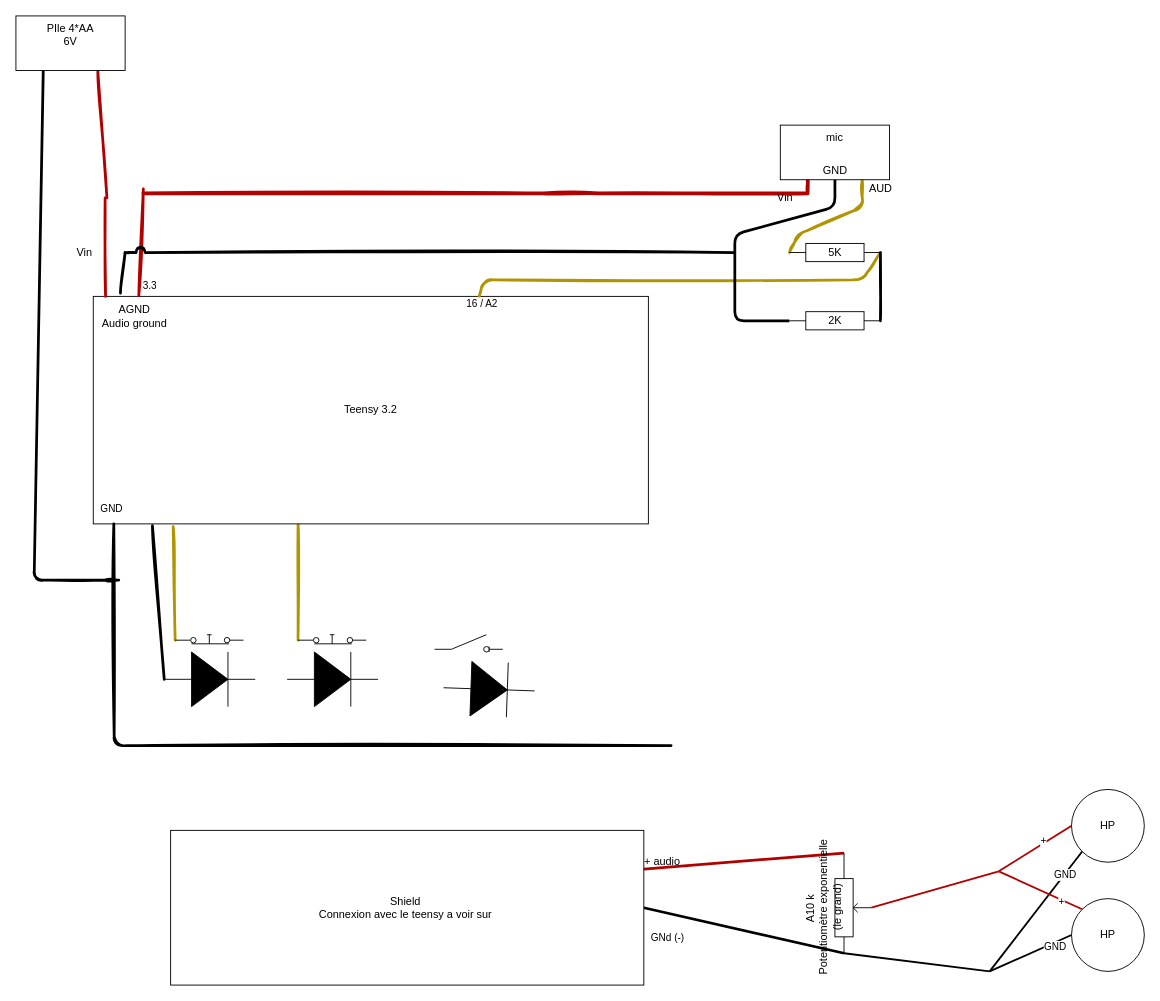
Before: Untitled Diagram.drawio in nicomy/voice_changer, a draw.io diagram. Source tidied: cells renumbered, new cells numbered last; positions are measured from the earlier drawing's top-left corner, leaving out a move shared by most shapes. Both pictures are drawn from the tidied source at 91%, with x=0, y=0 at pixel (15, 15).
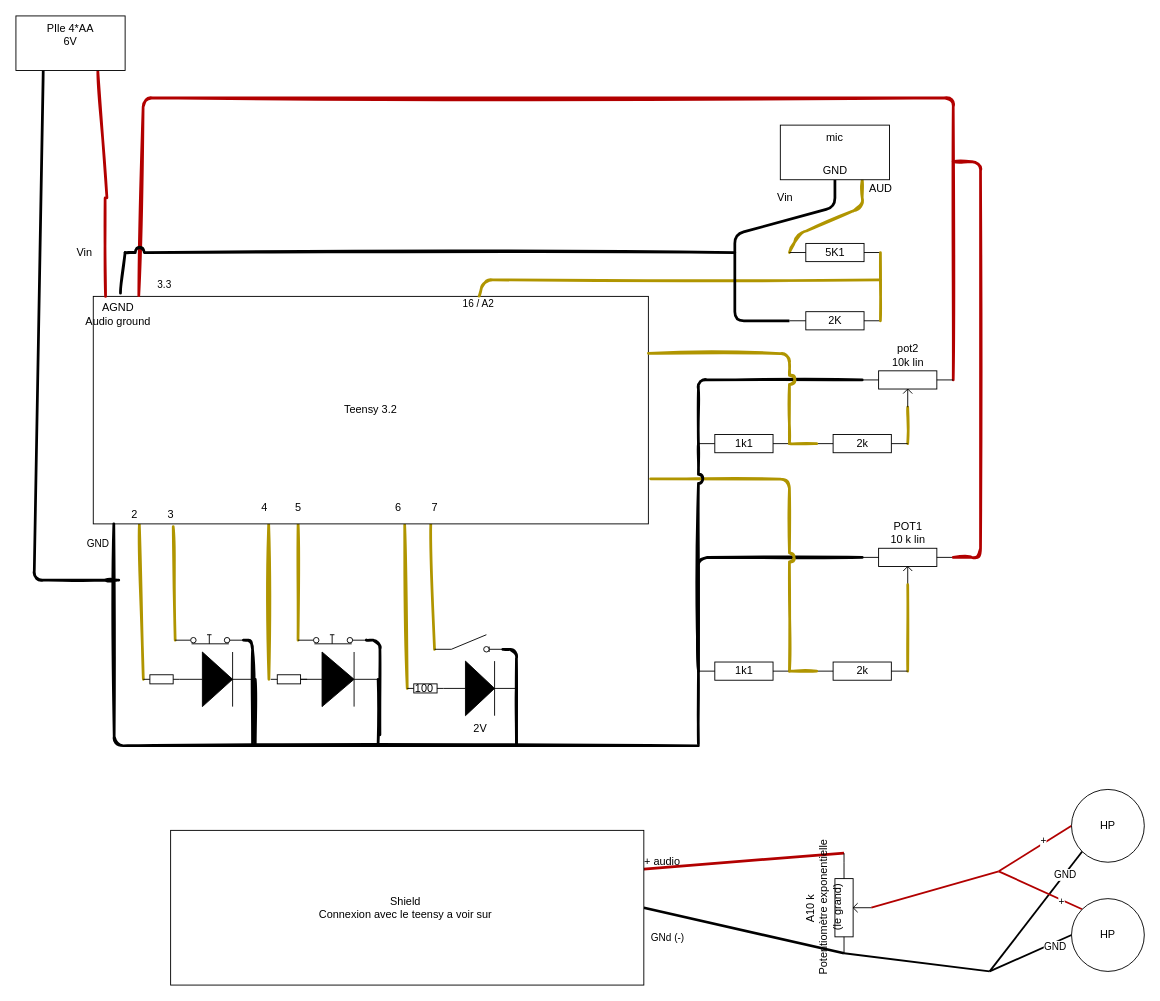
The same diagram, later.

Unchanged cells that the change refers to:
```xml
<mxCell id="5" value="Teensy 3.2" style="rounded=0;whiteSpace=wrap;html=1;" parent="1" vertex="1">
  <mxGeometry x="85" y="308.2" width="610" height="250" as="geometry" />
</mxCell>
<mxCell id="16" value="mic" style="rounded=0;whiteSpace=wrap;html=1;align=center;verticalAlign=top;" parent="1" vertex="1">
  <mxGeometry x="840" y="120" width="120" height="60" as="geometry" />
</mxCell>
<mxCell id="25" style="group;" parent="1" vertex="1">
  <mxGeometry x="850" y="250" width="100" height="95" as="geometry" />
</mxCell>
<mxCell id="27" value="2K" style="verticalLabelPosition=middle;shadow=0;dashed=0;align=center;html=1;verticalAlign=middle;shape=mxgraph.electrical.resistors.resistor_1;labelPosition=center;" parent="25" vertex="1">
  <mxGeometry y="75" width="100" height="20" as="geometry" />
</mxCell>
<mxCell id="33" style="verticalLabelPosition=bottom;shadow=0;dashed=0;align=center;html=1;verticalAlign=top;shape=mxgraph.electrical.electro-mechanical.push_switch_nc;" parent="1" vertex="1">
  <mxGeometry x="175" y="680" width="75" height="10" as="geometry" />
</mxCell>
<mxCell id="34" style="verticalLabelPosition=bottom;shadow=0;dashed=0;align=center;html=1;verticalAlign=top;shape=mxgraph.electrical.electro-mechanical.switch_disconnector;" parent="1" vertex="1">
  <mxGeometry x="460" y="680" width="75" height="19" as="geometry" />
</mxCell>
<mxCell id="35" style="verticalLabelPosition=bottom;shadow=0;dashed=0;align=center;html=1;verticalAlign=top;shape=mxgraph.electrical.electro-mechanical.push_switch_nc;" parent="1" vertex="1">
  <mxGeometry x="310" y="680" width="75" height="10" as="geometry" />
</mxCell>
```

The edit, as a diff of the source:
```diff
@@
-    <mxCell id="4" style="edgeStyle=none;rounded=1;sketch=1;jumpStyle=arc;jettySize=auto;html=1;entryX=0;entryY=0.5;entryDx=0;entryDy=0;entryPerimeter=0;endArrow=none;endFill=0;strokeWidth=3;" parent="1" edge="1" target="36">
+    <mxCell id="4" style="edgeStyle=none;rounded=1;sketch=1;jumpStyle=arc;jettySize=auto;html=1;endArrow=none;endFill=0;strokeWidth=3;fillColor=#e3c800;strokeColor=#B09500;entryX=0;entryY=0.5;entryDx=0;entryDy=0;entryPerimeter=0;exitX=0.083;exitY=1.003;exitDx=0;exitDy=0;exitPerimeter=0;" parent="1" edge="1" source="5" target="70">
       <mxGeometry relative="1" as="geometry">
-        <mxPoint x="150" y="560" as="sourcePoint" />
+        <Array as="points">
+          <mxPoint x="140" y="720" />
+        </Array>
       </mxGeometry>
     </mxCell>
+    <mxCell id="60" style="edgeStyle=none;rounded=1;sketch=1;jumpStyle=arc;jettySize=auto;html=1;exitX=0.316;exitY=0.999;exitDx=0;exitDy=0;endArrow=none;endFill=0;strokeWidth=3;exitPerimeter=0;fillColor=#e3c800;strokeColor=#B09500;" parent="1" edge="1" source="5">
+      <mxGeometry relative="1" as="geometry">
+        <mxPoint x="278" y="729" as="targetPoint" />
+        <Array as="points">
+          <mxPoint x="278" y="720" />
+        </Array>
+      </mxGeometry>
+    </mxCell>
+    <mxCell id="61" style="edgeStyle=none;rounded=1;sketch=1;jumpStyle=arc;jettySize=auto;html=1;exitX=0.608;exitY=0.999;exitDx=0;exitDy=0;entryX=0;entryY=0.845;entryDx=0;entryDy=0;entryPerimeter=0;endArrow=none;endFill=0;strokeWidth=3;exitPerimeter=0;fillColor=#e3c800;strokeColor=#B09500;" parent="1" edge="1" source="5" target="34">
+      <mxGeometry relative="1" as="geometry" />
+    </mxCell>
+    <mxCell id="62" style="edgeStyle=none;rounded=1;sketch=1;jumpStyle=arc;jettySize=auto;html=1;exitX=0.561;exitY=1.004;exitDx=0;exitDy=0;entryX=0;entryY=0.5;entryDx=0;entryDy=0;entryPerimeter=0;endArrow=none;endFill=0;strokeWidth=3;exitPerimeter=0;fillColor=#e3c800;strokeColor=#B09500;" parent="1" edge="1" source="5" target="72">
+      <mxGeometry relative="1" as="geometry" />
+    </mxCell>
@@
-    <mxCell id="6" style="edgeStyle=none;rounded=1;jettySize=auto;html=1;exitX=0.695;exitY=0;exitDx=0;exitDy=0;endArrow=none;endFill=0;sketch=1;jumpStyle=arc;strokeWidth=3;fillColor=#e3c800;strokeColor=#B09500;exitPerimeter=0;entryX=1;entryY=0.5;entryDx=0;entryDy=0;entryPerimeter=0;" parent="1" edge="1" source="5" target="26">
+    <mxCell id="6" style="edgeStyle=none;rounded=1;jettySize=auto;html=1;exitX=0.695;exitY=0;exitDx=0;exitDy=0;endArrow=none;endFill=0;sketch=1;jumpStyle=arc;strokeWidth=3;fillColor=#e3c800;strokeColor=#B09500;exitPerimeter=0;" parent="1" edge="1" source="5">
       <mxGeometry relative="1" as="geometry">
+        <mxPoint x="950" y="290" as="targetPoint" />
         <Array as="points">
           <mxPoint x="514" y="290" />
           <mxPoint x="630" y="290" />
           <mxPoint x="750" y="290" />
           <mxPoint x="930" y="290" />
         </Array>
       </mxGeometry>
     </mxCell>
@@
-    <mxCell id="9" style="edgeStyle=none;rounded=1;sketch=1;jumpStyle=arc;jettySize=auto;html=1;exitX=0.082;exitY=-0.003;exitDx=0;exitDy=0;endArrow=none;endFill=0;exitPerimeter=0;fillColor=#e51400;strokeColor=#B20000;strokeWidth=3;" parent="1" edge="1" source="5">
+    <mxCell id="9" style="edgeStyle=none;rounded=1;sketch=1;jumpStyle=arc;jettySize=auto;html=1;exitX=0.082;exitY=-0.003;exitDx=0;exitDy=0;endArrow=none;endFill=0;exitPerimeter=0;fillColor=#e51400;strokeColor=#B20000;strokeWidth=3;entryX=1;entryY=0.25;entryDx=0;entryDy=0;entryPerimeter=0;" parent="1" edge="1" source="5" target="83">
       <mxGeometry relative="1" as="geometry">
-        <mxPoint x="140" y="190" as="targetPoint" />
+        <Array as="points">
+          <mxPoint x="140" y="90" />
+          <mxPoint x="1030" y="90" />
+        </Array>
       </mxGeometry>
     </mxCell>
     <mxCell id="10" value="3.3" style="edgeLabel;html=1;align=center;verticalAlign=middle;" parent="9" vertex="1">
       <mxGeometry x="-0.33" y="-3" relative="1" as="geometry">
-        <mxPoint x="7" y="28" as="offset" />
+        <mxPoint x="-235" y="202" as="offset" />
       </mxGeometry>
     </mxCell>
     <mxCell id="11" style="edgeStyle=none;rounded=1;sketch=1;jumpStyle=arc;jettySize=auto;html=1;exitX=0.037;exitY=1;exitDx=0;exitDy=0;endArrow=none;endFill=0;strokeWidth=3;exitPerimeter=0;" parent="1" edge="1" source="5">
       <mxGeometry relative="1" as="geometry">
-        <mxPoint x="720" y="801.8" as="targetPoint" />
+        <mxPoint x="750" y="802" as="targetPoint" />
         <Array as="points">
           <mxPoint x="108" y="802" />
         </Array>
       </mxGeometry>
     </mxCell>
     <mxCell id="12" value="GND" style="edgeLabel;html=1;align=center;verticalAlign=middle;" parent="11" vertex="1">
       <mxGeometry x="-0.52" y="-3" relative="1" as="geometry">
-        <mxPoint y="-222" as="offset" />
+        <mxPoint x="-15" y="-192" as="offset" />
       </mxGeometry>
     </mxCell>
-    <mxCell id="13" style="edgeStyle=none;rounded=0;jettySize=auto;html=1;exitX=0.25;exitY=1;exitDx=0;exitDy=0;endArrow=none;endFill=0;fillColor=#e51400;strokeColor=#B20000;sketch=1;strokeWidth=4;" parent="1" edge="1" source="16">
+    <mxCell id="13" style="edgeStyle=none;rounded=1;jettySize=auto;html=1;exitX=0.25;exitY=1;exitDx=0;exitDy=0;endArrow=none;endFill=0;fillColor=#e51400;strokeColor=none;sketch=1;strokeWidth=4;" parent="1" edge="1" source="16">
       <mxGeometry relative="1" as="geometry">
         <mxPoint x="140" y="195" as="targetPoint" />
         <Array as="points">
           <mxPoint x="870" y="195" />
           <mxPoint x="640" y="195" />
           <mxPoint x="580" y="195" />
         </Array>
       </mxGeometry>
     </mxCell>
@@
     <mxCell id="23" value="AGND&lt;br&gt;Audio ground" style="text;html=1;align=center;verticalAlign=middle;strokeColor=none;fillColor=none;" parent="1" vertex="1">
-      <mxGeometry x="85" y="315" width="90" height="30" as="geometry" />
+      <mxGeometry x="67" y="313" width="90" height="30" as="geometry" />
     </mxCell>
@@
-    <mxCell id="26" value="5K" style="verticalLabelPosition=middle;shadow=0;dashed=0;align=center;html=1;verticalAlign=middle;shape=mxgraph.electrical.resistors.resistor_1;labelPosition=center;" parent="25" vertex="1">
+    <mxCell id="26" value="5K1" style="verticalLabelPosition=middle;shadow=0;dashed=0;align=center;html=1;verticalAlign=middle;shape=mxgraph.electrical.resistors.resistor_1;labelPosition=center;" parent="25" vertex="1">
       <mxGeometry width="100" height="20" as="geometry" />
     </mxCell>
@@
-    <mxCell id="28" style="edgeStyle=none;rounded=1;sketch=1;jumpStyle=arc;jettySize=auto;html=1;exitX=1;exitY=0.5;exitDx=0;exitDy=0;exitPerimeter=0;entryX=1;entryY=0.5;entryDx=0;entryDy=0;entryPerimeter=0;endArrow=none;endFill=0;strokeWidth=3;" parent="25" edge="1" source="27" target="26">
+    <mxCell id="28" style="edgeStyle=none;rounded=1;sketch=1;jumpStyle=arc;jettySize=auto;html=1;exitX=1;exitY=0.5;exitDx=0;exitDy=0;exitPerimeter=0;entryX=1;entryY=0.5;entryDx=0;entryDy=0;entryPerimeter=0;endArrow=none;endFill=0;strokeWidth=3;fillColor=#e3c800;strokeColor=#B09500;" parent="25" edge="1" source="27" target="26">
       <mxGeometry relative="1" as="geometry" />
     </mxCell>
@@
+    <mxCell id="63" style="edgeStyle=none;rounded=1;sketch=1;jumpStyle=arc;jettySize=auto;html=1;exitX=1;exitY=0.6;exitDx=0;exitDy=0;exitPerimeter=0;endArrow=none;endFill=0;strokeWidth=3;" parent="1" edge="1" source="33">
+      <mxGeometry relative="1" as="geometry">
+        <mxPoint x="260" y="800" as="targetPoint" />
+        <Array as="points">
+          <mxPoint x="260" y="686" />
+        </Array>
+      </mxGeometry>
+    </mxCell>
@@
+    <mxCell id="64" style="edgeStyle=none;rounded=1;sketch=1;jumpStyle=arc;jettySize=auto;html=1;exitX=1;exitY=0.845;exitDx=0;exitDy=0;exitPerimeter=0;endArrow=none;endFill=0;strokeWidth=3;" parent="1" edge="1" source="34">
+      <mxGeometry relative="1" as="geometry">
+        <mxPoint x="550" y="800" as="targetPoint" />
+        <Array as="points">
+          <mxPoint x="550" y="696" />
+        </Array>
+      </mxGeometry>
+    </mxCell>
@@
+    <mxCell id="65" style="edgeStyle=none;rounded=1;sketch=1;jumpStyle=arc;jettySize=auto;html=1;exitX=1;exitY=0.6;exitDx=0;exitDy=0;exitPerimeter=0;endArrow=none;endFill=0;strokeWidth=3;" parent="1" edge="1" source="35">
+      <mxGeometry relative="1" as="geometry">
+        <mxPoint x="400" y="790" as="targetPoint" />
+        <Array as="points">
+          <mxPoint x="400" y="686" />
+        </Array>
+      </mxGeometry>
+    </mxCell>
@@
+    <mxCell id="66" style="edgeStyle=none;rounded=1;sketch=1;jumpStyle=arc;jettySize=auto;html=1;exitX=1;exitY=0.5;exitDx=0;exitDy=0;exitPerimeter=0;endArrow=none;endFill=0;strokeWidth=3;" parent="1" edge="1" source="36">
+      <mxGeometry relative="1" as="geometry">
+        <mxPoint x="263" y="800" as="targetPoint" />
+      </mxGeometry>
+    </mxCell>
     <mxCell id="36" style="fillColor=strokeColor;verticalLabelPosition=bottom;shadow=0;dashed=0;align=center;html=1;verticalAlign=top;shape=mxgraph.electrical.diodes.diode;" parent="1" vertex="1">
-      <mxGeometry x="163" y="699" width="100" height="60" as="geometry" />
+      <mxGeometry x="180" y="699" width="83" height="60" as="geometry" />
     </mxCell>
+    <mxCell id="67" style="edgeStyle=none;rounded=1;sketch=1;jumpStyle=arc;jettySize=auto;html=1;exitX=1;exitY=0.5;exitDx=0;exitDy=0;exitPerimeter=0;endArrow=none;endFill=0;strokeWidth=3;" parent="1" edge="1" source="37">
+      <mxGeometry relative="1" as="geometry">
+        <mxPoint x="398" y="800" as="targetPoint" />
+      </mxGeometry>
+    </mxCell>
     <mxCell id="37" style="fillColor=strokeColor;verticalLabelPosition=bottom;shadow=0;dashed=0;align=center;html=1;verticalAlign=top;shape=mxgraph.electrical.diodes.diode;" parent="1" vertex="1">
-      <mxGeometry x="298" y="699" width="100" height="60" as="geometry" />
+      <mxGeometry x="310" y="699" width="88" height="60" as="geometry" />
     </mxCell>
+    <mxCell id="68" style="edgeStyle=none;rounded=1;sketch=1;jumpStyle=arc;jettySize=auto;html=1;exitX=1;exitY=0.5;exitDx=0;exitDy=0;exitPerimeter=0;endArrow=none;endFill=0;strokeWidth=3;" parent="1" edge="1" source="38">
+      <mxGeometry relative="1" as="geometry">
+        <mxPoint x="550.1" y="800" as="targetPoint" />
+      </mxGeometry>
+    </mxCell>
-    <mxCell id="38" style="fillColor=strokeColor;verticalLabelPosition=bottom;shadow=0;dashed=0;align=center;html=1;verticalAlign=top;shape=mxgraph.electrical.diodes.diode;rotation=2;" parent="1" vertex="1">
-      <mxGeometry x="470" y="710" width="100" height="60" as="geometry" />
+    <mxCell id="38" value="2V" style="fillColor=strokeColor;verticalLabelPosition=bottom;shadow=0;dashed=0;align=center;html=1;verticalAlign=top;shape=mxgraph.electrical.diodes.diode;rotation=0;" parent="1" vertex="1">
+      <mxGeometry x="470" y="709" width="80" height="60" as="geometry" />
     </mxCell>
@@
+    <mxCell id="69" style="edgeStyle=none;rounded=1;sketch=1;jumpStyle=arc;jettySize=auto;html=1;exitX=1;exitY=0.5;exitDx=0;exitDy=0;exitPerimeter=0;entryX=0;entryY=0.5;entryDx=0;entryDy=0;entryPerimeter=0;endArrow=none;endFill=0;strokeWidth=3;" parent="1" edge="1" source="70" target="36">
+      <mxGeometry relative="1" as="geometry" />
+    </mxCell>
+    <mxCell id="70" style="verticalLabelPosition=bottom;shadow=0;dashed=0;align=center;html=1;verticalAlign=top;shape=mxgraph.electrical.resistors.resistor_1;" parent="1" vertex="1">
+      <mxGeometry x="140" y="724" width="40" height="10" as="geometry" />
+    </mxCell>
+    <mxCell id="71" style="verticalLabelPosition=bottom;shadow=0;dashed=0;align=center;html=1;verticalAlign=top;shape=mxgraph.electrical.resistors.resistor_1;" parent="1" vertex="1">
+      <mxGeometry x="280" y="724" width="40" height="10" as="geometry" />
+    </mxCell>
+    <mxCell id="72" value="100&amp;nbsp;" style="verticalLabelPosition=middle;shadow=0;dashed=0;align=center;html=1;verticalAlign=middle;shape=mxgraph.electrical.resistors.resistor_1;labelPosition=center;" parent="1" vertex="1">
+      <mxGeometry x="430" y="734" width="40" height="10" as="geometry" />
+    </mxCell>
+    <mxCell id="73" value="2" style="text;html=1;align=center;verticalAlign=middle;strokeColor=none;fillColor=none;" parent="1" vertex="1">
+      <mxGeometry x="120" y="538.2" width="20" height="20" as="geometry" />
+    </mxCell>
+    <mxCell id="74" value="3" style="text;html=1;align=center;verticalAlign=middle;strokeColor=none;fillColor=none;" parent="1" vertex="1">
+      <mxGeometry x="160" y="538.2" width="20" height="20" as="geometry" />
+    </mxCell>
+    <mxCell id="75" value="4" style="text;html=1;align=center;verticalAlign=middle;strokeColor=none;fillColor=none;" parent="1" vertex="1">
+      <mxGeometry x="263" y="530" width="20" height="20" as="geometry" />
+    </mxCell>
+    <mxCell id="76" value="5" style="text;html=1;align=center;verticalAlign=middle;strokeColor=none;fillColor=none;" parent="1" vertex="1">
+      <mxGeometry x="300" y="530" width="20" height="20" as="geometry" />
+    </mxCell>
+    <mxCell id="77" value="6" style="text;html=1;align=center;verticalAlign=middle;strokeColor=none;fillColor=none;" parent="1" vertex="1">
+      <mxGeometry x="410" y="530" width="20" height="20" as="geometry" />
+    </mxCell>
+    <mxCell id="78" value="7" style="text;html=1;align=center;verticalAlign=middle;strokeColor=none;fillColor=none;" parent="1" vertex="1">
+      <mxGeometry x="450" y="530" width="20" height="20" as="geometry" />
+    </mxCell>
+    <mxCell id="79" value="POT1&lt;br&gt;10 k lin" style="verticalLabelPosition=top;shadow=0;dashed=0;align=center;html=1;verticalAlign=bottom;shape=mxgraph.electrical.resistors.potentiometer_1;labelPosition=center;" parent="1" vertex="1">
+      <mxGeometry x="930" y="585" width="100" height="40" as="geometry" />
+    </mxCell>
+    <mxCell id="80" style="edgeStyle=none;rounded=1;sketch=1;jumpStyle=arc;jettySize=auto;html=1;entryX=1;entryY=0.25;entryDx=0;entryDy=0;entryPerimeter=0;endArrow=none;endFill=0;strokeWidth=3;fillColor=#e51400;strokeColor=#B20000;" parent="1" edge="1" target="79">
+      <mxGeometry relative="1" as="geometry">
+        <mxPoint x="1030" y="160" as="sourcePoint" />
+        <Array as="points">
+          <mxPoint x="1060" y="160" />
+          <mxPoint x="1060" y="595" />
+        </Array>
+      </mxGeometry>
+    </mxCell>
+    <mxCell id="81" style="edgeStyle=none;rounded=1;sketch=1;jumpStyle=arc;jettySize=auto;html=1;exitX=0;exitY=0.25;exitDx=0;exitDy=0;exitPerimeter=0;entryX=0;entryY=0.5;entryDx=0;entryDy=0;entryPerimeter=0;endArrow=none;endFill=0;strokeWidth=3;" parent="1" edge="1" source="83" target="94">
+      <mxGeometry relative="1" as="geometry">
+        <Array as="points">
+          <mxPoint x="750" y="400" />
+        </Array>
+      </mxGeometry>
+    </mxCell>
+    <mxCell id="82" style="edgeStyle=none;rounded=1;sketch=1;jumpStyle=arc;jettySize=auto;html=1;exitX=0.5;exitY=1;exitDx=0;exitDy=0;exitPerimeter=0;entryX=1;entryY=0.5;entryDx=0;entryDy=0;entryPerimeter=0;endArrow=none;endFill=0;strokeWidth=3;fillColor=#e3c800;strokeColor=#B09500;" parent="1" edge="1" source="83" target="93">
+      <mxGeometry relative="1" as="geometry" />
+    </mxCell>
+    <mxCell id="83" value="pot2&lt;br&gt;10k lin" style="verticalLabelPosition=top;shadow=0;dashed=0;align=center;html=1;verticalAlign=bottom;shape=mxgraph.electrical.resistors.potentiometer_1;labelPosition=center;" parent="1" vertex="1">
+      <mxGeometry x="930" y="390" width="100" height="40" as="geometry" />
+    </mxCell>
+    <mxCell id="84" style="edgeStyle=none;rounded=1;sketch=1;jumpStyle=arc;jettySize=auto;html=1;exitX=1;exitY=0.5;exitDx=0;exitDy=0;exitPerimeter=0;entryX=0.5;entryY=1;entryDx=0;entryDy=0;entryPerimeter=0;endArrow=none;endFill=0;strokeWidth=3;fillColor=#e3c800;strokeColor=#B09500;" parent="1" edge="1" source="89" target="79">
+      <mxGeometry relative="1" as="geometry" />
+    </mxCell>
+    <mxCell id="85" style="edgeStyle=none;rounded=1;sketch=1;jumpStyle=arc;jettySize=auto;html=1;exitX=0;exitY=0.5;exitDx=0;exitDy=0;exitPerimeter=0;endArrow=none;endFill=0;strokeWidth=3;" parent="1" edge="1" source="90">
+      <mxGeometry relative="1" as="geometry">
+        <mxPoint x="750" y="800" as="targetPoint" />
+      </mxGeometry>
+    </mxCell>
+    <mxCell id="86" style="edgeStyle=none;rounded=1;sketch=1;jumpStyle=arc;jettySize=auto;html=1;exitX=0;exitY=0.5;exitDx=0;exitDy=0;exitPerimeter=0;entryX=0;entryY=0.25;entryDx=0;entryDy=0;entryPerimeter=0;endArrow=none;endFill=0;strokeWidth=3;" parent="1" edge="1" source="90" target="79">
+      <mxGeometry relative="1" as="geometry">
+        <Array as="points">
+          <mxPoint x="750" y="595" />
+        </Array>
+      </mxGeometry>
+    </mxCell>
+    <mxCell id="87" style="edgeStyle=none;rounded=1;sketch=1;jumpStyle=arc;jettySize=auto;html=1;exitX=1;exitY=0.5;exitDx=0;exitDy=0;exitPerimeter=0;entryX=1.004;entryY=0.802;entryDx=0;entryDy=0;endArrow=none;endFill=0;strokeWidth=3;fillColor=#e3c800;strokeColor=#B09500;entryPerimeter=0;" parent="1" edge="1" source="90" target="5">
+      <mxGeometry relative="1" as="geometry">
+        <Array as="points">
+          <mxPoint x="850" y="509" />
+        </Array>
+      </mxGeometry>
+    </mxCell>
+    <mxCell id="88" style="group;" parent="1" vertex="1">
+      <mxGeometry x="750" y="710" width="230" height="20" as="geometry" />
+    </mxCell>
+    <mxCell id="89" value="2k" style="verticalLabelPosition=middle;shadow=0;dashed=0;align=center;html=1;verticalAlign=middle;shape=mxgraph.electrical.resistors.resistor_1;labelPosition=center;" parent="88" vertex="1">
+      <mxGeometry x="130" width="100" height="20" as="geometry" />
+    </mxCell>
+    <mxCell id="90" value="1k1" style="verticalLabelPosition=middle;shadow=0;dashed=0;align=center;html=1;verticalAlign=middle;shape=mxgraph.electrical.resistors.resistor_1;labelPosition=center;" parent="88" vertex="1">
+      <mxGeometry width="100" height="20" as="geometry" />
+    </mxCell>
+    <mxCell id="91" style="edgeStyle=none;rounded=1;sketch=1;jumpStyle=arc;jettySize=auto;html=1;exitX=1;exitY=0.5;exitDx=0;exitDy=0;exitPerimeter=0;entryX=0;entryY=0.5;entryDx=0;entryDy=0;entryPerimeter=0;endArrow=none;endFill=0;strokeWidth=3;fillColor=#e3c800;strokeColor=#B09500;" parent="88" edge="1" source="90" target="89">
+      <mxGeometry relative="1" as="geometry" />
+    </mxCell>
+    <mxCell id="92" style="group;" parent="1" vertex="1">
+      <mxGeometry x="750" y="460" width="230" height="20" as="geometry" />
+    </mxCell>
+    <mxCell id="93" value="2k" style="verticalLabelPosition=middle;shadow=0;dashed=0;align=center;html=1;verticalAlign=middle;shape=mxgraph.electrical.resistors.resistor_1;labelPosition=center;" parent="92" vertex="1">
+      <mxGeometry x="130" width="100" height="20" as="geometry" />
+    </mxCell>
+    <mxCell id="94" value="1k1" style="verticalLabelPosition=middle;shadow=0;dashed=0;align=center;html=1;verticalAlign=middle;shape=mxgraph.electrical.resistors.resistor_1;labelPosition=center;" parent="92" vertex="1">
+      <mxGeometry width="100" height="20" as="geometry" />
+    </mxCell>
+    <mxCell id="95" style="edgeStyle=none;rounded=1;sketch=1;jumpStyle=arc;jettySize=auto;html=1;exitX=1;exitY=0.5;exitDx=0;exitDy=0;exitPerimeter=0;entryX=0;entryY=0.5;entryDx=0;entryDy=0;entryPerimeter=0;endArrow=none;endFill=0;strokeWidth=3;fillColor=#e3c800;strokeColor=#B09500;" parent="92" edge="1" source="94" target="93">
+      <mxGeometry relative="1" as="geometry" />
+    </mxCell>
+    <mxCell id="96" style="edgeStyle=none;rounded=1;sketch=1;jumpStyle=arc;jettySize=auto;html=1;exitX=0;exitY=0.5;exitDx=0;exitDy=0;exitPerimeter=0;endArrow=none;endFill=0;strokeWidth=3;entryX=0;entryY=0.5;entryDx=0;entryDy=0;entryPerimeter=0;" parent="1" edge="1" source="94" target="90">
+      <mxGeometry relative="1" as="geometry" />
+    </mxCell>
+    <mxCell id="97" style="edgeStyle=none;rounded=1;sketch=1;jumpStyle=arc;jettySize=auto;html=1;exitX=1;exitY=0.5;exitDx=0;exitDy=0;exitPerimeter=0;entryX=1;entryY=0.25;entryDx=0;entryDy=0;endArrow=none;endFill=0;strokeWidth=3;fillColor=#e3c800;strokeColor=#B09500;" parent="1" edge="1" source="94" target="5">
+      <mxGeometry relative="1" as="geometry">
+        <Array as="points">
+          <mxPoint x="850" y="371" />
+        </Array>
+      </mxGeometry>
+    </mxCell>
```
